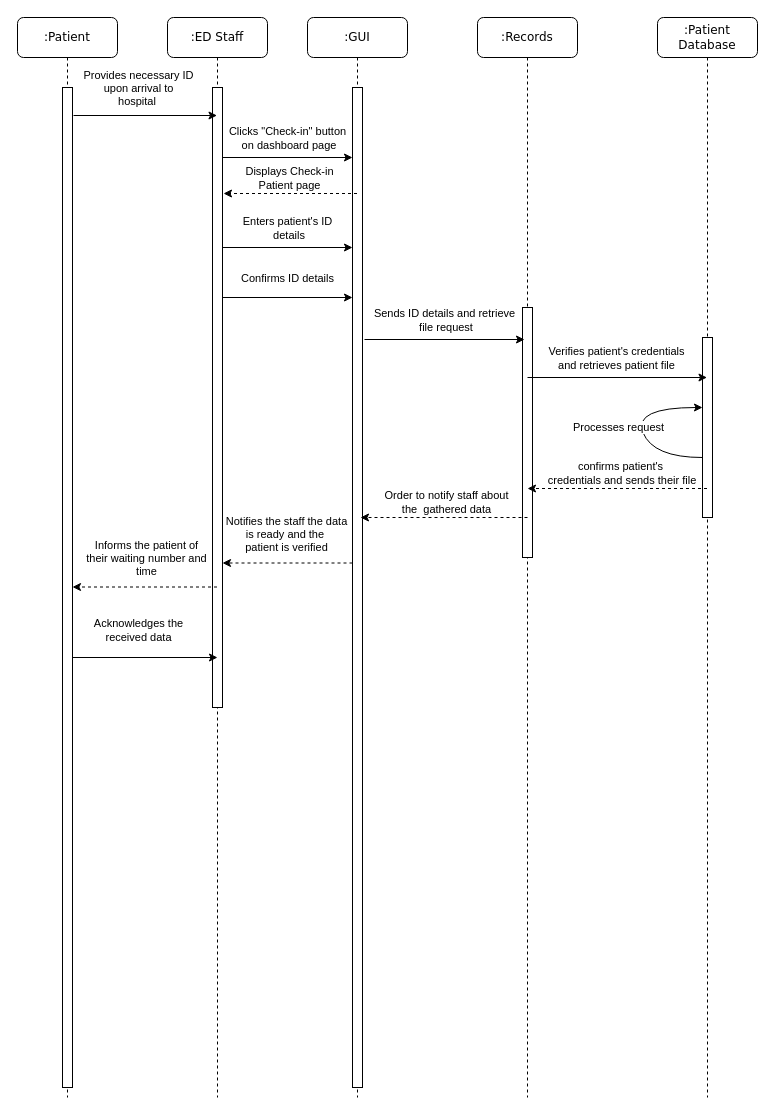
Earlier version of the draw.io diagram Project Milestone 2/Sequence_6.drawio (SENG-350-2024-fall/Team-6). Source tidied: cells renumbered, new cells numbered last; positions are measured from the earlier drawing's top-left corner, leaving out a move shared by most shapes. Both pictures are drawn from the tidied source at 100%, with x=0, y=0 at pixel (17, 17).
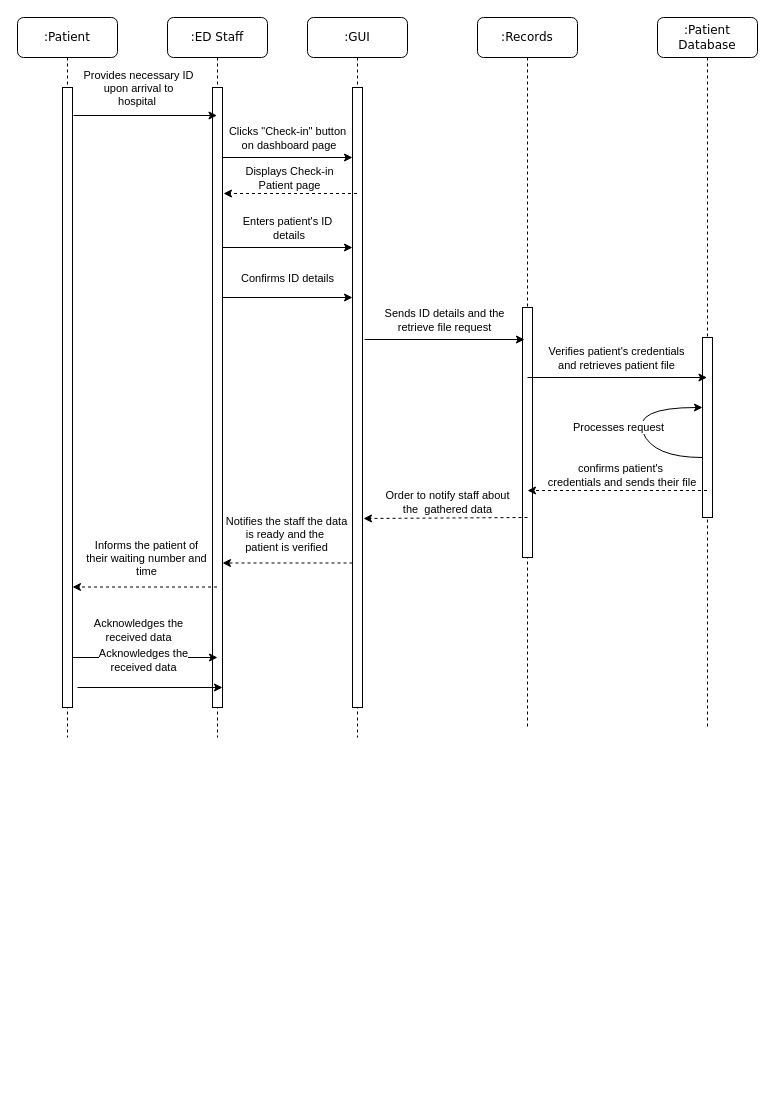
After the change.

Unchanged cells that the change refers to:
```xml
<mxCell id="24" style="endArrow=classic;html=1;rounded=0;" parent="1" edge="1">
  <mxGeometry relative="1" as="geometry">
    <mxPoint x="347" y="322" as="sourcePoint" />
    <mxPoint x="507" y="322" as="targetPoint" />
  </mxGeometry>
</mxCell>
```

What changed in the source:
```diff
@@
     <mxCell id="2" value=":ED Staff" style="shape=umlLifeline;perimeter=lifelinePerimeter;whiteSpace=wrap;html=1;outlineConnect=0;rounded=1;shadow=0;comic=0;labelBackgroundColor=none;strokeWidth=1;fontFamily=Verdana;fontSize=12;align=center;" parent="1" vertex="1">
-      <mxGeometry x="150" width="100" height="1080" as="geometry" />
+      <mxGeometry x="150" width="100" height="720" as="geometry" />
     </mxCell>
@@
     <mxCell id="6" value=":GUI" style="shape=umlLifeline;perimeter=lifelinePerimeter;whiteSpace=wrap;html=1;rounded=1;shadow=0;comic=0;labelBackgroundColor=none;strokeWidth=1;fontFamily=Verdana;fontSize=12;align=center;" parent="1" vertex="1">
-      <mxGeometry x="290" width="100" height="1080" as="geometry" />
+      <mxGeometry x="290" width="100" height="720" as="geometry" />
     </mxCell>
     <mxCell id="7" style="html=1;points=[];perimeter=orthogonalPerimeter;rounded=0;shadow=0;comic=0;labelBackgroundColor=none;strokeWidth=1;fontFamily=Verdana;fontSize=12;align=center;" parent="6" vertex="1">
-      <mxGeometry x="45" y="70" width="10" height="1000" as="geometry" />
+      <mxGeometry x="45" y="70" width="10" height="620" as="geometry" />
     </mxCell>
@@
     <mxCell id="12" value=":Patient" style="shape=umlLifeline;perimeter=lifelinePerimeter;whiteSpace=wrap;html=1;rounded=1;shadow=0;comic=0;labelBackgroundColor=none;strokeWidth=1;fontFamily=Verdana;fontSize=12;align=center;" parent="1" vertex="1">
-      <mxGeometry width="100" height="1080" as="geometry" />
+      <mxGeometry width="100" height="720" as="geometry" />
     </mxCell>
     <mxCell id="13" style="html=1;perimeter=orthogonalPerimeter;rounded=0;shadow=0;comic=0;labelBackgroundColor=none;strokeWidth=1;fontFamily=Verdana;fontSize=12;align=center;" parent="12" vertex="1">
-      <mxGeometry x="45" y="70" width="10" height="1000" as="geometry" />
+      <mxGeometry x="45" y="70" width="10" height="620" as="geometry" />
     </mxCell>
@@
+    <mxCell id="38" style="endArrow=classic;html=1;rounded=0;" parent="12" edge="1">
+      <mxGeometry relative="1" as="geometry">
+        <mxPoint x="60" y="670" as="sourcePoint" />
+        <mxPoint x="205" y="670" as="targetPoint" />
+      </mxGeometry>
+    </mxCell>
+    <mxCell id="39" value="Acknowledges the&lt;br&gt;received data" style="edgeLabel;html=1;align=center;verticalAlign=middle;" parent="38" vertex="1">
+      <mxGeometry x="0.13" relative="1" as="geometry">
+        <mxPoint x="-17" y="-28" as="offset" />
+      </mxGeometry>
+    </mxCell>
@@
     <mxCell id="22" value=":Records" style="shape=umlLifeline;perimeter=lifelinePerimeter;whiteSpace=wrap;html=1;rounded=1;shadow=0;comic=0;labelBackgroundColor=none;strokeWidth=1;fontFamily=Verdana;fontSize=12;align=center;" parent="1" vertex="1">
-      <mxGeometry x="460" width="100" height="1080" as="geometry" />
+      <mxGeometry x="460" width="100" height="710" as="geometry" />
     </mxCell>
@@
-    <mxCell id="25" value="Sends ID details and retrieve&lt;br&gt;&amp;nbsp;file request" style="edgeLabel;html=1;align=center;verticalAlign=middle;" parent="24" vertex="1">
+    <mxCell id="25" value="Sends ID details and the &lt;br&gt;retrieve file request" style="edgeLabel;html=1;align=center;verticalAlign=middle;" parent="24" vertex="1">
       <mxGeometry x="-0.09" y="-1" relative="1" as="geometry">
         <mxPoint x="6" y="-21" as="offset" />
       </mxGeometry>
     </mxCell>
     <mxCell id="26" value=":Patient Database" style="shape=umlLifeline;perimeter=lifelinePerimeter;whiteSpace=wrap;html=1;outlineConnect=0;rounded=1;shadow=0;comic=0;labelBackgroundColor=none;strokeWidth=1;fontFamily=Verdana;fontSize=12;align=center;" parent="1" vertex="1">
-      <mxGeometry x="640" width="100" height="1080" as="geometry" />
+      <mxGeometry x="640" width="100" height="710" as="geometry" />
     </mxCell>
@@
     <mxCell id="32" style="html=1;labelBackgroundColor=#ffffff;startArrow=none;startFill=0;startSize=6;endArrow=classic;endFill=1;endSize=6;jettySize=auto;orthogonalLoop=1;strokeWidth=1;dashed=1;fontSize=14;rounded=0;" parent="1" edge="1">
       <mxGeometry relative="1" as="geometry">
-        <mxPoint x="689.5" y="471" as="sourcePoint" />
-        <mxPoint x="510" y="471" as="targetPoint" />
+        <mxPoint x="689.5" y="473" as="sourcePoint" />
+        <mxPoint x="510" y="473" as="targetPoint" />
       </mxGeometry>
     </mxCell>
@@
-    <mxCell id="34" style="html=1;labelBackgroundColor=#ffffff;startArrow=none;startFill=0;startSize=6;endArrow=classic;endFill=1;endSize=6;jettySize=auto;strokeWidth=1;dashed=1;fontSize=14;rounded=0;entryX=0.8;entryY=0.43;entryDx=0;entryDy=0;entryPerimeter=0;" parent="1" edge="1" target="7">
+    <mxCell id="34" style="html=1;labelBackgroundColor=#ffffff;startArrow=none;startFill=0;startSize=6;endArrow=classic;endFill=1;endSize=6;jettySize=auto;orthogonalLoop=1;strokeWidth=1;dashed=1;fontSize=14;rounded=0;" parent="1" edge="1">
       <mxGeometry relative="1" as="geometry">
         <mxPoint x="510" y="500" as="sourcePoint" />
+        <mxPoint x="346" y="501" as="targetPoint" />
       </mxGeometry>
     </mxCell>
```
